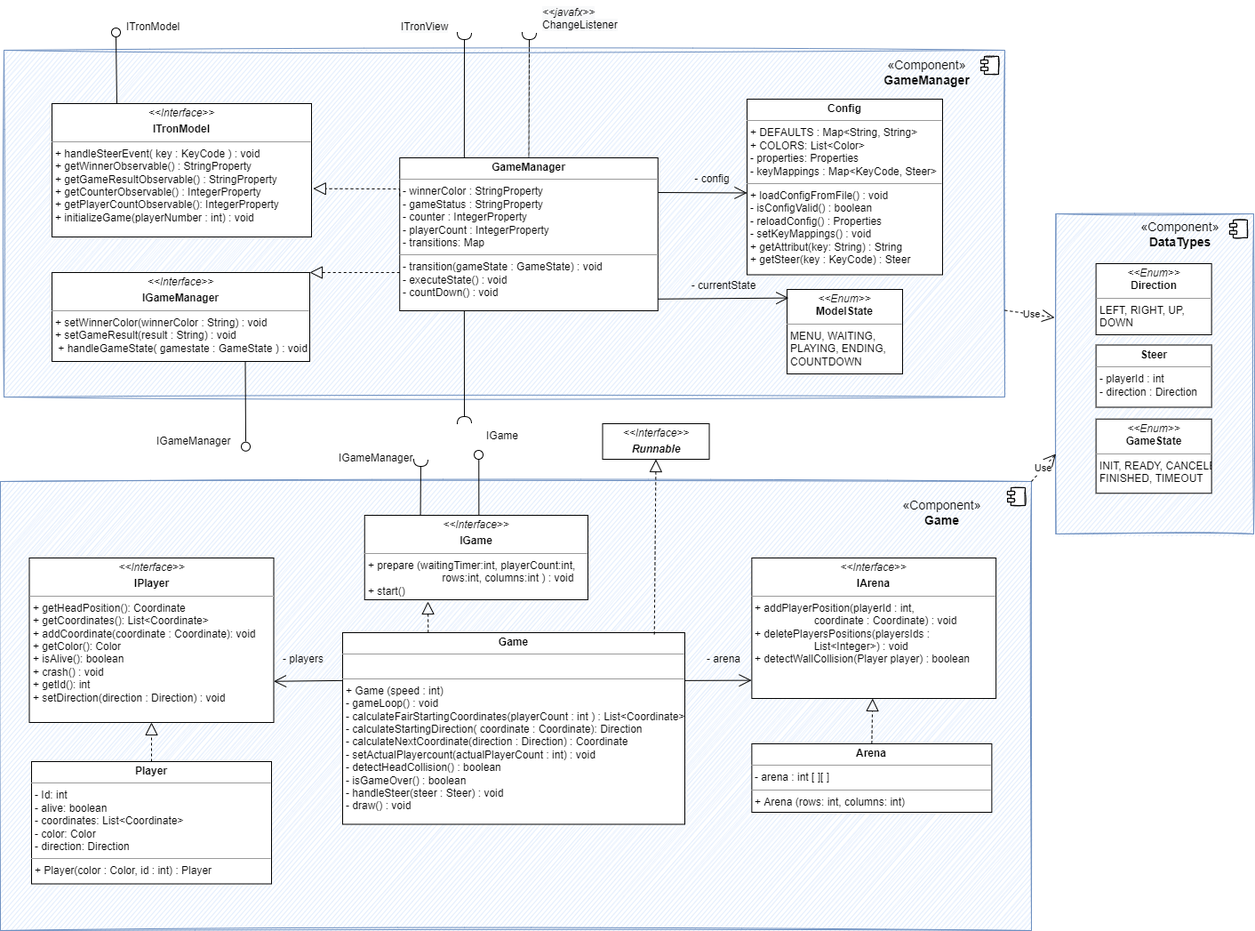
The draw.io diagram diagrams/bs_layer3_model.png in sckoenig/Distributed-Tron, before a commit. Source tidied: cells renumbered, new cells last; positions are measured from the earlier drawing's top-left corner, leaving out a move shared by most shapes.
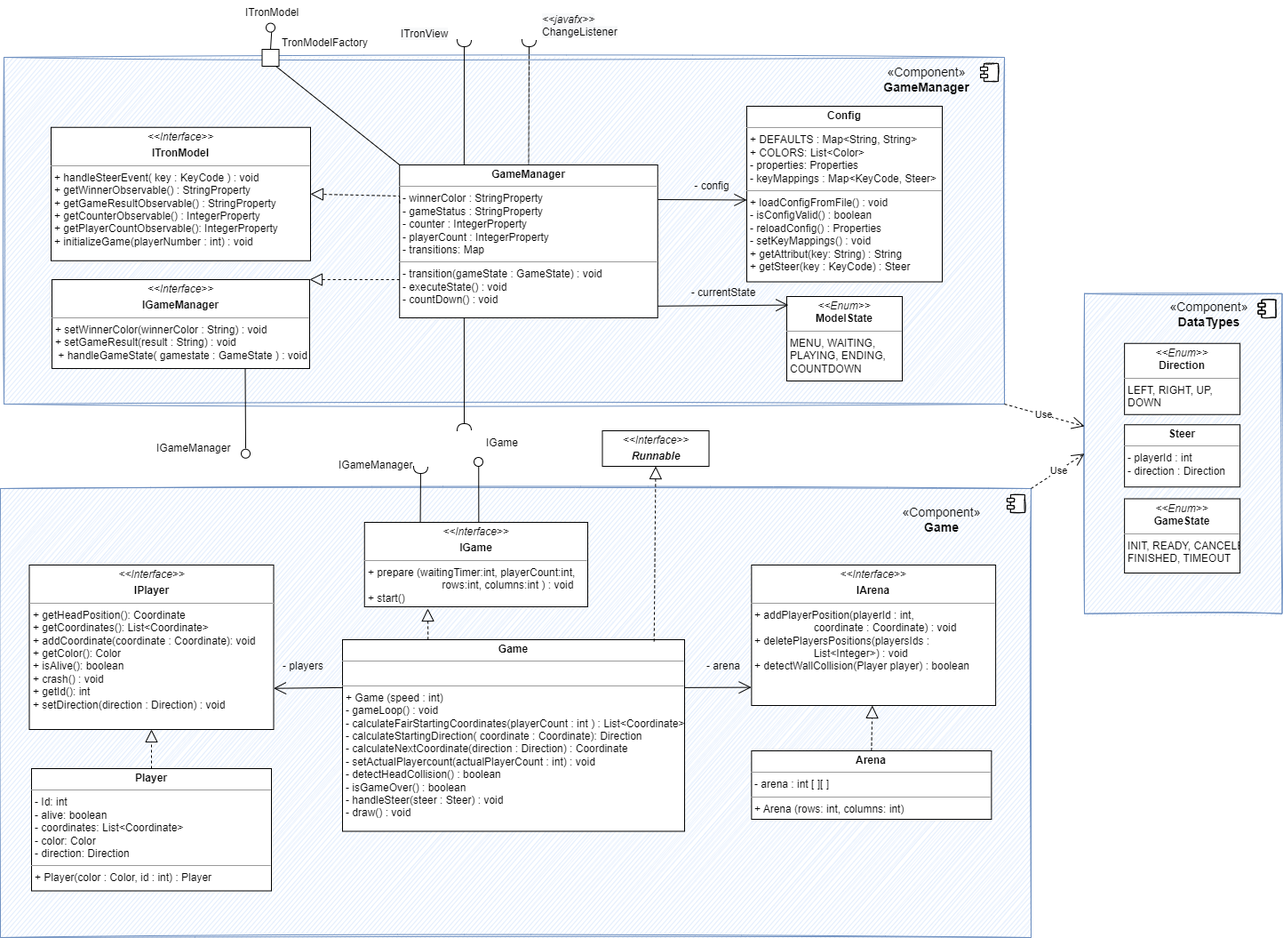
The same file after the commit.

The edit, as a diff of the source:
```diff
@@ -11,7 +11,7 @@
       </mxGeometry>
     </mxCell>
     <mxCell id="4" style="html=1;sketch=1;fillColor=#dae8fc;strokeColor=#6c8ebf;" parent="1" vertex="1">
-      <mxGeometry x="1187.5" y="240" width="222.5" height="360" as="geometry" />
+      <mxGeometry x="1220" y="321.8" width="222.5" height="360" as="geometry" />
     </mxCell>
     <mxCell id="5" style="shape=module;jettyWidth=8;jettyHeight=4;sketch=1;" parent="4" vertex="1">
       <mxGeometry x="1" width="20" height="20" relative="1" as="geometry">
@@ -41,7 +41,7 @@
       </mxGeometry>
     </mxCell>
     <mxCell id="12" value="&lt;p style=&quot;margin:0px;margin-top:4px;text-align:center;&quot;&gt;&lt;i&gt;&amp;lt;&amp;lt;Interface&lt;/i&gt;&lt;i style=&quot;background-color: initial;&quot;&gt;&amp;gt;&amp;gt;&lt;/i&gt;&lt;/p&gt;&lt;p style=&quot;margin:0px;margin-top:4px;text-align:center;&quot;&gt;&lt;b&gt;ITronModel&lt;/b&gt;&lt;/p&gt;&lt;hr size=&quot;1&quot;&gt;&lt;p style=&quot;margin:0px;margin-left:4px;&quot;&gt;&lt;span style=&quot;background-color: initial;&quot;&gt;+ handleSteerEvent( key : KeyCode ) : void&lt;/span&gt;&lt;br&gt;&lt;/p&gt;&lt;p style=&quot;margin:0px;margin-left:4px;&quot;&gt;&lt;span style=&quot;background-color: initial;&quot;&gt;+ getWinnerObservable() : StringProperty&lt;/span&gt;&lt;br&gt;&lt;/p&gt;&lt;p style=&quot;margin:0px;margin-left:4px;&quot;&gt;+ getGameResultObservable() : StringProperty&lt;/p&gt;&lt;p style=&quot;margin:0px;margin-left:4px;&quot;&gt;+ getCounterObservable() : IntegerProperty&lt;/p&gt;&lt;p style=&quot;margin:0px;margin-left:4px;&quot;&gt;+ getPlayerCountObservable(): IntegerProperty&lt;/p&gt;&lt;p style=&quot;margin:0px;margin-left:4px;&quot;&gt;+ initializeGame(playerNumber : int) : void&lt;/p&gt;" style="verticalAlign=top;align=left;overflow=fill;fontSize=12;fontFamily=Helvetica;html=1;" parent="1" vertex="1">
-      <mxGeometry x="58" y="116" width="292" height="150" as="geometry" />
+      <mxGeometry x="57" y="134.8" width="292" height="150" as="geometry" />
     </mxCell>
     <mxCell id="13" value="&lt;p style=&quot;margin:0px;margin-top:4px;text-align:center;&quot;&gt;&lt;span style=&quot;font-weight: 700;&quot;&gt;Config&lt;/span&gt;&lt;br&gt;&lt;/p&gt;&lt;hr size=&quot;1&quot;&gt;&lt;p style=&quot;margin:0px;margin-left:4px;&quot;&gt;+ DEFAULTS : Map&amp;lt;String, String&amp;gt;&lt;/p&gt;&lt;p style=&quot;margin:0px;margin-left:4px;&quot;&gt;+ COLORS: List&amp;lt;Color&amp;gt;&lt;br style=&quot;padding: 0px; margin: 0px;&quot;&gt;- properties: Properties&lt;br style=&quot;padding: 0px; margin: 0px;&quot;&gt;- keyMappings : Map&amp;lt;KeyCode, Steer&amp;gt;&lt;/p&gt;&lt;hr size=&quot;1&quot;&gt;&lt;p style=&quot;margin:0px;margin-left:4px;&quot;&gt;+ loadConfigFromFile() : void&lt;br style=&quot;padding: 0px; margin: 0px;&quot;&gt;- isConfigValid() : boolean&lt;br style=&quot;padding: 0px; margin: 0px;&quot;&gt;- reloadConfig() : Properties&lt;/p&gt;&lt;p style=&quot;margin:0px;margin-left:4px;&quot;&gt;- setKeyMappings() : void&lt;br style=&quot;padding: 0px; margin: 0px;&quot;&gt;+ getAttribut(key: String) : String&lt;br style=&quot;padding: 0px; margin: 0px;&quot;&gt;+ getSteer(key : KeyCode) : Steer&lt;/p&gt;&lt;div style=&quot;padding: 0px; margin: 0px;&quot;&gt;&lt;br style=&quot;padding: 0px; margin: 0px;&quot;&gt;&lt;/div&gt;&lt;div style=&quot;padding: 0px; margin: 0px;&quot;&gt;&lt;br style=&quot;padding: 0px; margin: 0px;&quot;&gt;&lt;/div&gt;&lt;div style=&quot;padding: 0px; margin: 0px;&quot;&gt;&lt;br style=&quot;padding: 0px; margin: 0px;&quot;&gt;&lt;/div&gt;" style="verticalAlign=top;align=left;overflow=fill;fontSize=12;fontFamily=Helvetica;html=1;sketch=0;fillColor=default;" parent="1" vertex="1">
       <mxGeometry x="840" y="111" width="220" height="197.5" as="geometry" />
@@ -52,7 +52,7 @@
     <mxCell id="15" value="&lt;p style=&quot;margin:0px;margin-top:4px;text-align:center;&quot;&gt;&lt;i&gt;&amp;lt;&amp;lt;Interface&lt;/i&gt;&lt;i style=&quot;background-color: initial;&quot;&gt;&amp;gt;&amp;gt;&lt;/i&gt;&lt;/p&gt;&lt;p style=&quot;margin:0px;margin-top:4px;text-align:center;&quot;&gt;&lt;b&gt;IGameManager&lt;/b&gt;&lt;/p&gt;&lt;hr size=&quot;1&quot;&gt;&lt;p style=&quot;margin: 0px 0px 0px 4px;&quot;&gt;+ setWinnerColor(winnerColor : String) : void&lt;br style=&quot;padding: 0px; margin: 0px;&quot;&gt;+ setGameResult(result : String) : void&lt;/p&gt;&lt;p style=&quot;margin:0px;margin-left:4px;&quot;&gt;&amp;nbsp;+ handleGameState( gamestate : GameState ) : void&lt;br&gt;&lt;/p&gt;" style="verticalAlign=top;align=left;overflow=fill;fontSize=12;fontFamily=Helvetica;html=1;" parent="1" vertex="1">
       <mxGeometry x="58" y="306" width="290" height="100" as="geometry" />
     </mxCell>
-    <mxCell id="16" style="endArrow=block;dashed=1;endFill=0;endSize=12;html=1;rounded=0;sketch=0;exitX=0;exitY=0.25;exitDx=0;exitDy=0;entryX=1.006;entryY=0.638;entryDx=0;entryDy=0;entryPerimeter=0;" parent="1" edge="1" source="14" target="12">
+    <mxCell id="16" style="endArrow=block;dashed=1;endFill=0;endSize=12;html=1;rounded=0;sketch=0;exitX=0;exitY=0.25;exitDx=0;exitDy=0;entryX=1;entryY=0.5;entryDx=0;entryDy=0;" parent="1" edge="1" source="14" target="12">
       <mxGeometry relative="1" as="geometry">
         <Array as="points">
           <mxPoint x="449" y="212" />
@@ -65,14 +65,14 @@
     <mxCell id="18" value="- config" style="text;html=1;strokeColor=none;fillColor=none;align=center;verticalAlign=middle;whiteSpace=wrap;rounded=0;" parent="1" vertex="1">
       <mxGeometry x="757.4" y="186" width="88" height="30" as="geometry" />
     </mxCell>
-    <mxCell id="19" style="rounded=0;jettySize=auto;html=1;endArrow=none;endFill=0;sketch=0;sourcePerimeterSpacing=0;targetPerimeterSpacing=0;exitX=0.25;exitY=0;exitDx=0;exitDy=0;" parent="1" edge="1" source="12" target="20">
+    <mxCell id="19" style="rounded=0;jettySize=auto;html=1;endArrow=none;endFill=0;sketch=0;sourcePerimeterSpacing=0;targetPerimeterSpacing=0;exitX=0.5;exitY=0;exitDx=0;exitDy=0;" parent="1" edge="1" source="58" target="20">
       <mxGeometry relative="1" as="geometry" />
     </mxCell>
     <mxCell id="20" style="ellipse;whiteSpace=wrap;html=1;align=center;points=[];outlineConnect=0;sketch=0;" parent="1" vertex="1">
-      <mxGeometry x="125" y="31" width="10" height="10" as="geometry" />
+      <mxGeometry x="299" y="17.6" width="10" height="10" as="geometry" />
     </mxCell>
     <mxCell id="21" value="&lt;div style=&quot;text-align: center;&quot;&gt;ITronModel&lt;/div&gt;" style="text;whiteSpace=wrap;html=1;" parent="1" vertex="1">
-      <mxGeometry x="140" y="16" width="70" height="40" as="geometry" />
+      <mxGeometry x="274" y="-8" width="70" height="40" as="geometry" />
     </mxCell>
     <mxCell id="22" style="rounded=0;jettySize=auto;html=1;endArrow=halfCircle;endFill=0;endSize=6;strokeWidth=1;sketch=0;exitX=0.25;exitY=0;exitDx=0;exitDy=0;" parent="1" edge="1" source="14">
       <mxGeometry relative="1" as="geometry">
@@ -113,7 +113,7 @@
     </mxCell>
     <mxCell id="33" style="rounded=0;orthogonalLoop=1;jettySize=auto;html=1;endArrow=none;endFill=0;sketch=0;exitX=0.5;exitY=1;exitDx=0;exitDy=0;startArrow=none;" parent="1" edge="1">
       <mxGeometry relative="1" as="geometry">
-        <mxPoint x="538.3" y="511" as="sourcePoint" />
+        <mxPoint x="538.2" y="511" as="sourcePoint" />
         <mxPoint x="538.3" y="579" as="targetPoint" />
       </mxGeometry>
     </mxCell>
@@ -150,13 +150,13 @@
       <mxGeometry x="885" y="325" width="130" height="95" as="geometry" />
     </mxCell>
     <mxCell id="44" value="&lt;p style=&quot;margin:0px;margin-top:4px;text-align:center;&quot;&gt;&lt;i&gt;&amp;lt;&amp;lt;Enum&amp;gt;&amp;gt;&lt;/i&gt;&lt;br&gt;&lt;b&gt;GameState&lt;/b&gt;&lt;/p&gt;&lt;hr size=&quot;1&quot;&gt;&lt;p style=&quot;margin:0px;margin-left:4px;&quot;&gt;INIT, READY, CANCELED,&lt;/p&gt;&lt;p style=&quot;margin:0px;margin-left:4px;&quot;&gt;FINISHED, TIMEOUT&lt;/p&gt;" style="verticalAlign=top;align=left;overflow=fill;fontSize=12;fontFamily=Helvetica;html=1;" parent="1" vertex="1">
-      <mxGeometry x="1232.6" y="470.8" width="130" height="83.5" as="geometry" />
+      <mxGeometry x="1265.1" y="552.5" width="130" height="83.5" as="geometry" />
     </mxCell>
     <mxCell id="45" value="&lt;p style=&quot;margin:0px;margin-top:4px;text-align:center;&quot;&gt;&lt;i&gt;&amp;lt;&amp;lt;Enum&amp;gt;&amp;gt;&lt;/i&gt;&lt;br&gt;&lt;b&gt;Direction&lt;/b&gt;&lt;/p&gt;&lt;hr size=&quot;1&quot;&gt;&lt;p style=&quot;margin:0px;margin-left:4px;&quot;&gt;LEFT, RIGHT, UP,&amp;nbsp;&lt;/p&gt;&lt;p style=&quot;margin:0px;margin-left:4px;&quot;&gt;DOWN&lt;/p&gt;" style="verticalAlign=top;align=left;overflow=fill;fontSize=12;fontFamily=Helvetica;html=1;" parent="1" vertex="1">
-      <mxGeometry x="1232.6" y="296" width="130" height="80" as="geometry" />
+      <mxGeometry x="1265.1" y="377.8" width="130" height="80" as="geometry" />
     </mxCell>
     <mxCell id="46" value="&lt;p style=&quot;margin:0px;margin-top:4px;text-align:center;&quot;&gt;&lt;span style=&quot;font-weight: 700;&quot;&gt;Steer&lt;/span&gt;&lt;br&gt;&lt;/p&gt;&lt;hr size=&quot;1&quot;&gt;&lt;p style=&quot;margin:0px;margin-left:4px;&quot;&gt;- playerId : int&lt;br style=&quot;padding: 0px; margin: 0px;&quot;&gt;- direction : Direction&lt;br&gt;&lt;/p&gt;" style="verticalAlign=top;align=left;overflow=fill;fontSize=12;fontFamily=Helvetica;html=1;" parent="1" vertex="1">
-      <mxGeometry x="1232.6" y="387.5" width="130" height="70" as="geometry" />
+      <mxGeometry x="1265.1" y="469.2" width="130" height="70" as="geometry" />
     </mxCell>
     <mxCell id="47" style="endArrow=open;endFill=1;endSize=12;html=1;rounded=0;sketch=0;entryX=0;entryY=0.534;entryDx=0;entryDy=0;entryPerimeter=0;" parent="1" edge="1" target="13">
       <mxGeometry relative="1" as="geometry">
@@ -171,10 +171,10 @@
     <mxCell id="49" value="- currentState" style="text;html=1;strokeColor=none;fillColor=none;align=center;verticalAlign=middle;whiteSpace=wrap;rounded=0;" parent="1" vertex="1">
       <mxGeometry x="770" y="306" width="88" height="30" as="geometry" />
     </mxCell>
-    <mxCell id="50" value="Use" style="endArrow=open;endSize=12;dashed=1;html=1;rounded=0;sketch=0;exitX=1;exitY=0;exitDx=0;exitDy=0;entryX=0;entryY=0.75;entryDx=0;entryDy=0;" parent="1" edge="1" source="2" target="4">
+    <mxCell id="50" value="Use" style="endArrow=open;endSize=12;dashed=1;html=1;rounded=0;sketch=0;exitX=1;exitY=0;exitDx=0;exitDy=0;entryX=0;entryY=0.5;entryDx=0;entryDy=0;" parent="1" edge="1" source="2" target="4">
       <mxGeometry relative="1" as="geometry" />
     </mxCell>
-    <mxCell id="51" value="Use" style="endArrow=open;endSize=12;dashed=1;html=1;rounded=0;sketch=0;exitX=1;exitY=0.75;exitDx=0;exitDy=0;entryX=-0.007;entryY=0.324;entryDx=0;entryDy=0;entryPerimeter=0;" parent="1" edge="1" source="10" target="4">
+    <mxCell id="51" value="Use" style="endArrow=open;endSize=12;dashed=1;html=1;rounded=0;sketch=0;exitX=1;exitY=1;exitDx=0;exitDy=0;" parent="1" edge="1" source="10" target="4">
       <mxGeometry relative="1" as="geometry" />
     </mxCell>
     <mxCell id="52" value="&lt;font style=&quot;font-size: 14px;&quot;&gt;&lt;span style=&quot;&quot;&gt;«Component»&lt;/span&gt;&lt;br style=&quot;&quot;&gt;&lt;b style=&quot;&quot;&gt;GameManager&lt;/b&gt;&lt;/font&gt;" style="text;html=1;strokeColor=none;fillColor=none;align=center;verticalAlign=middle;whiteSpace=wrap;rounded=0;sketch=1;" parent="1" vertex="1">
@@ -184,7 +184,7 @@
       <mxGeometry x="1032" y="561" width="55" height="30" as="geometry" />
     </mxCell>
     <mxCell id="54" value="&lt;font style=&quot;font-size: 14px;&quot;&gt;&lt;span style=&quot;&quot;&gt;«Component»&lt;/span&gt;&lt;br style=&quot;&quot;&gt;&lt;b style=&quot;&quot;&gt;DataTypes&lt;/b&gt;&lt;/font&gt;" style="text;html=1;strokeColor=none;fillColor=none;align=center;verticalAlign=middle;whiteSpace=wrap;rounded=0;sketch=1;" parent="1" vertex="1">
-      <mxGeometry x="1300" y="248" width="55" height="30" as="geometry" />
+      <mxGeometry x="1332.5" y="329.8" width="55" height="30" as="geometry" />
     </mxCell>
     <mxCell id="55" style="endArrow=none;html=1;rounded=0;sketch=0;entryX=0.75;entryY=1;entryDx=0;entryDy=0;" parent="1" edge="1" target="15">
       <mxGeometry relative="1" as="geometry">
@@ -199,5 +199,16 @@
     <mxCell id="57" value="&lt;div style=&quot;text-align: center;&quot;&gt;IGameManager&lt;/div&gt;" style="text;whiteSpace=wrap;html=1;" parent="1" vertex="1">
       <mxGeometry x="379.2" y="501" width="70" height="40" as="geometry" />
     </mxCell>
+    <mxCell id="58" style="whiteSpace=wrap;html=1;" parent="1" vertex="1">
+      <mxGeometry x="294.5" y="47" width="19" height="19" as="geometry" />
+    </mxCell>
+    <mxCell id="59" value="&lt;div style=&quot;text-align: center;&quot;&gt;TronModelFactory&lt;/div&gt;" style="text;whiteSpace=wrap;html=1;" parent="1" vertex="1">
+      <mxGeometry x="315" y="26" width="70" height="40" as="geometry" />
+    </mxCell>
+    <mxCell id="60" style="endArrow=none;html=1;rounded=0;entryX=0;entryY=0;entryDx=0;entryDy=0;" parent="1" edge="1" target="14">
+      <mxGeometry relative="1" as="geometry">
+        <mxPoint x="310" y="66" as="sourcePoint" />
+      </mxGeometry>
+    </mxCell>
   </root>
 </mxGraphModel>
```
